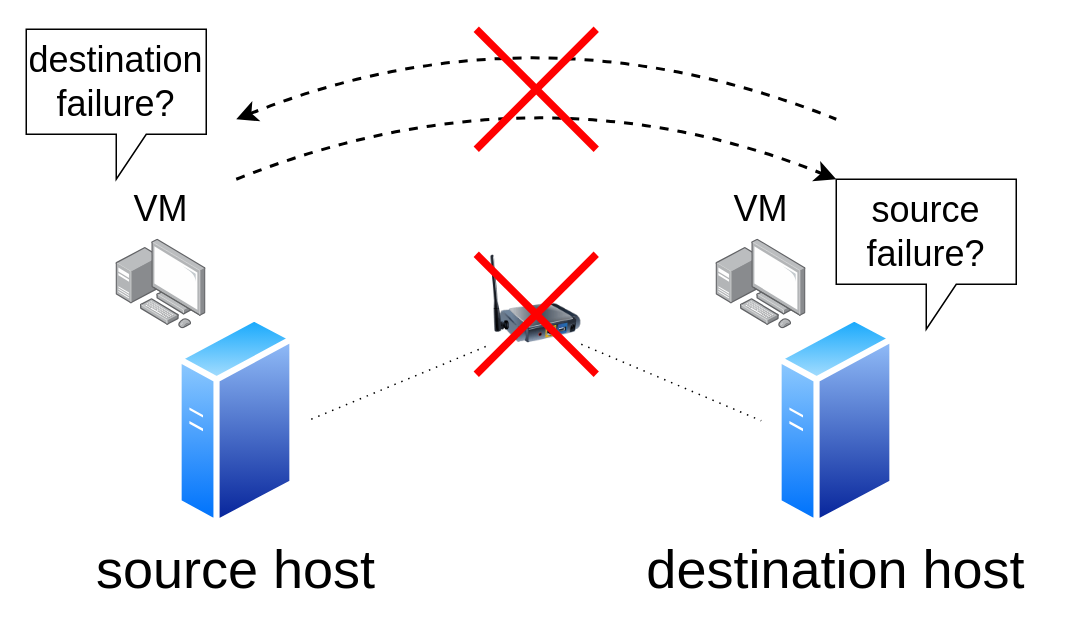
This is paper/motivation/[draft] split-brain problem.drawio from xuyizhe1999/drawio, a draw.io file, before an edit. Source tidied: cells renumbered, new cells numbered last; positions are measured from the earlier drawing's top-left corner, leaving out a move shared by most shapes. Both pictures are drawn from the tidied source at 150%, with x=0, y=0 at pixel (26, -2).
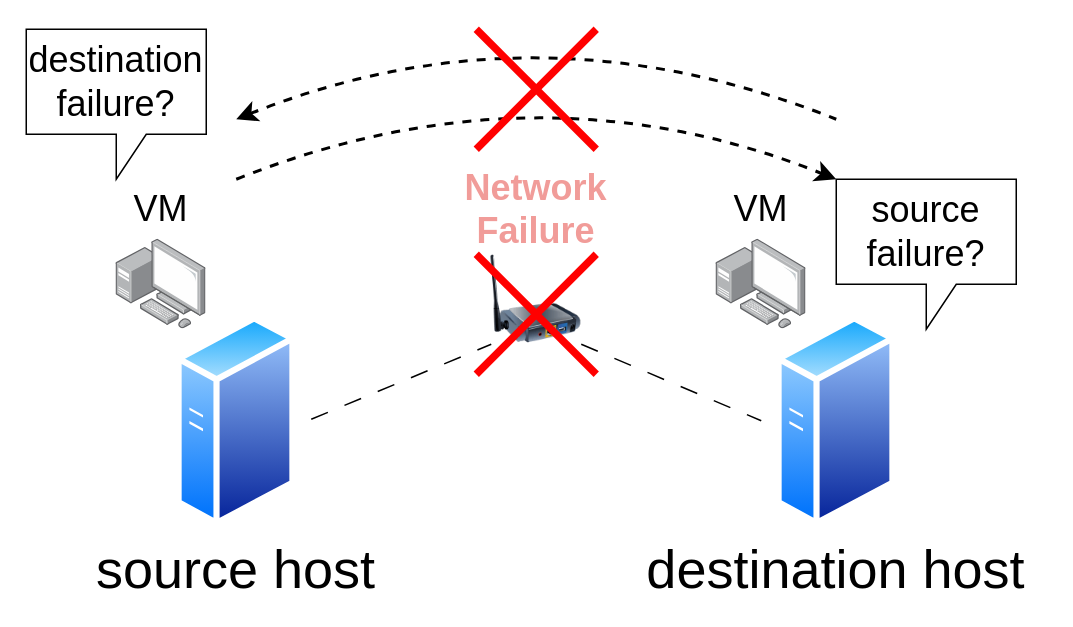
After the change.

Unchanged cells that the change refers to:
```xml
<mxCell id="8" style="image;html=1;image=img/lib/clip_art/networking/Print_Server_Wireless_128x128.png;" parent="1" vertex="1">
  <mxGeometry x="310" y="170" width="60" height="60" as="geometry" />
</mxCell>
```

Diff of the diagram source:
```diff
@@
-    <mxCell id="9" style="endArrow=none;html=1;rounded=0;entryX=0;entryY=1;entryDx=0;entryDy=0;dashed=1;dashPattern=1 4;" parent="1" edge="1" target="8">
+    <mxCell id="9" style="endArrow=none;html=1;rounded=0;entryX=0;entryY=1;entryDx=0;entryDy=0;dashed=1;dashPattern=12 12;" parent="1" edge="1" target="8">
       <mxGeometry relative="1" as="geometry">
         <mxPoint x="190" y="280" as="sourcePoint" />
       </mxGeometry>
     </mxCell>
-    <mxCell id="10" style="endArrow=none;html=1;rounded=0;exitX=1;exitY=1;exitDx=0;exitDy=0;dashed=1;dashPattern=1 4;" parent="1" edge="1" source="8">
+    <mxCell id="10" style="endArrow=none;html=1;rounded=0;exitX=1;exitY=1;exitDx=0;exitDy=0;dashed=1;dashPattern=12 12;" parent="1" edge="1" source="8">
       <mxGeometry relative="1" as="geometry">
         <mxPoint x="490" y="281" as="targetPoint" />
       </mxGeometry>
     </mxCell>
@@
+    <mxCell id="21" value="&lt;font color=&quot;#f19c99&quot; style=&quot;font-size: 24px;&quot;&gt;&lt;b&gt;Network Failure&lt;/b&gt;&lt;/font&gt;" style="text;html=1;strokeColor=none;fillColor=none;align=center;verticalAlign=middle;whiteSpace=wrap;rounded=0;" parent="1" vertex="1">
+      <mxGeometry x="300" y="110" width="80" height="60" as="geometry" />
+    </mxCell>
```
